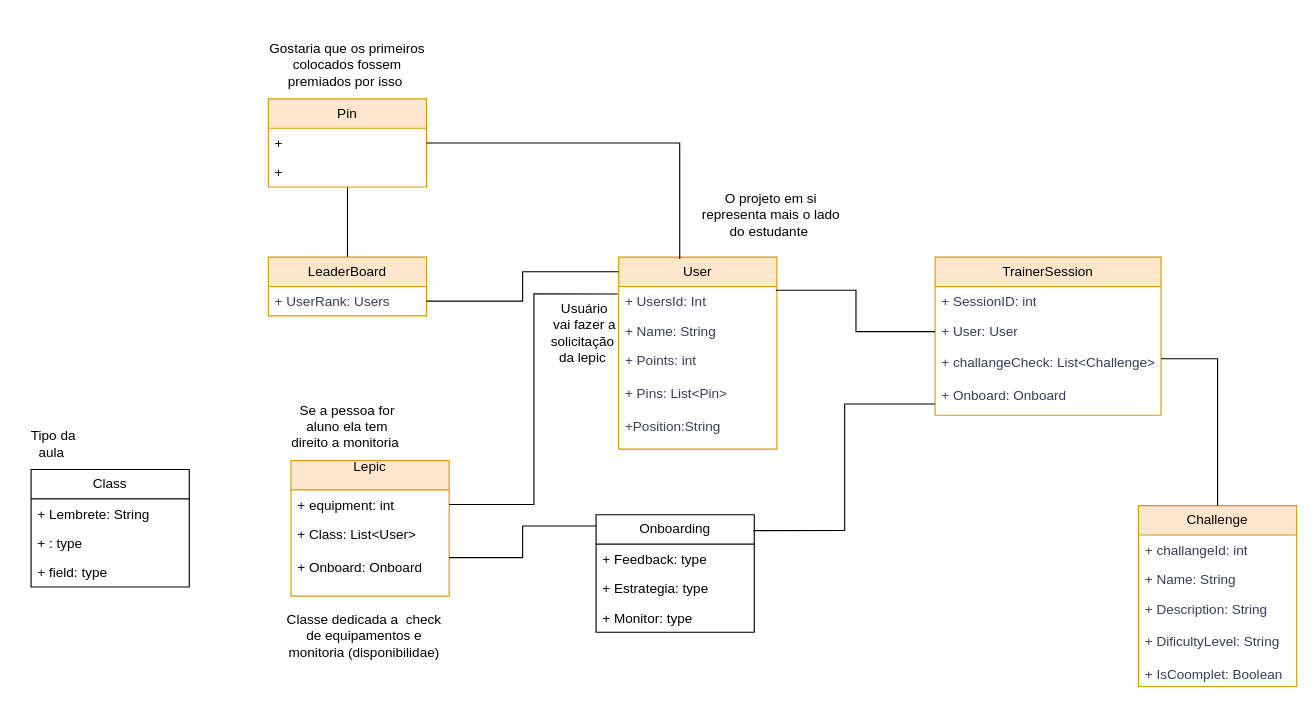
Before: src/Model/doc/UML_fiap.drawio in DevCodeMathias/Fiap_challange-2024, a draw.io diagram. Source tidied: cells renumbered, new cells numbered last; positions are measured from the earlier drawing's top-left corner, leaving out a move shared by most shapes. Both pictures are drawn from the tidied source at 113%, with x=0, y=0 at pixel (19, 19).
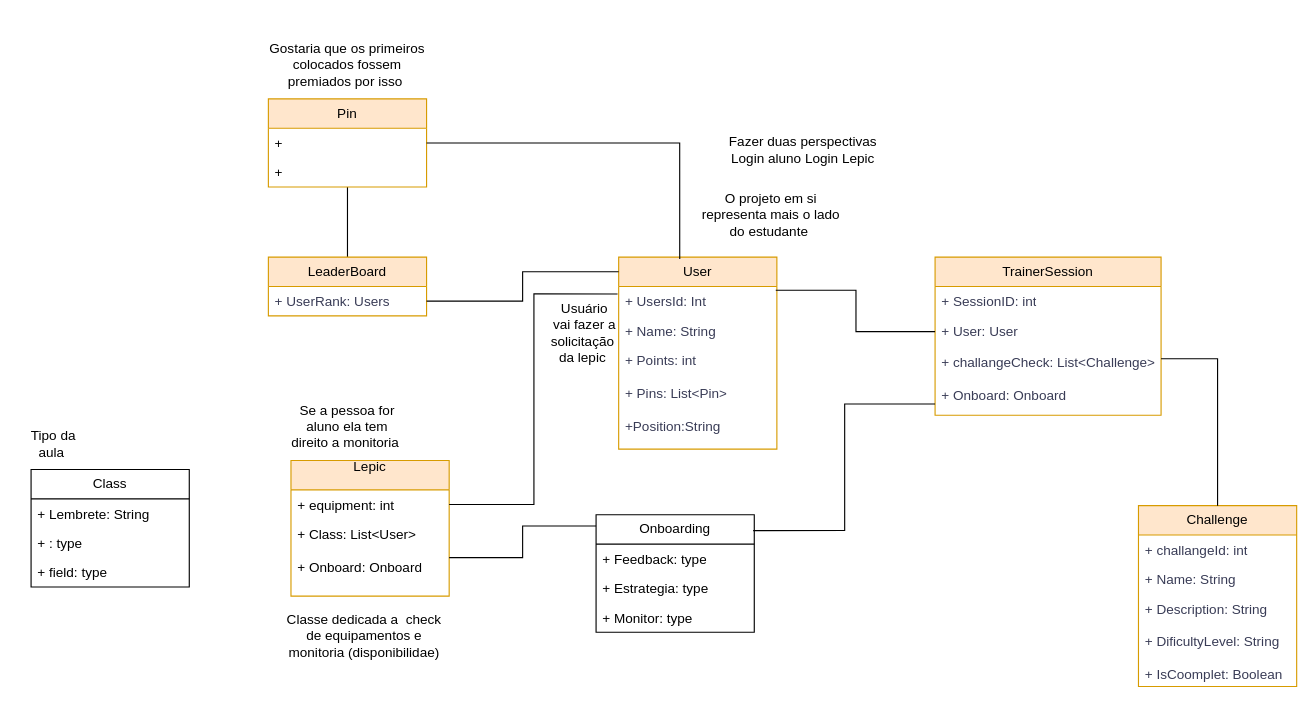
The same page after the edit.

The edit, as a diff of the source:
```diff
@@
+    <mxCell id="44" value="Fazer duas perspectivas&amp;nbsp;&lt;div&gt;Login aluno Login Lepic&amp;nbsp;&lt;/div&gt;" style="text;strokeColor=none;align=center;fillColor=none;html=1;verticalAlign=middle;whiteSpace=wrap;rounded=0;" parent="1" vertex="1">
+      <mxGeometry x="590" y="80" width="210" height="70" as="geometry" />
+    </mxCell>
```
